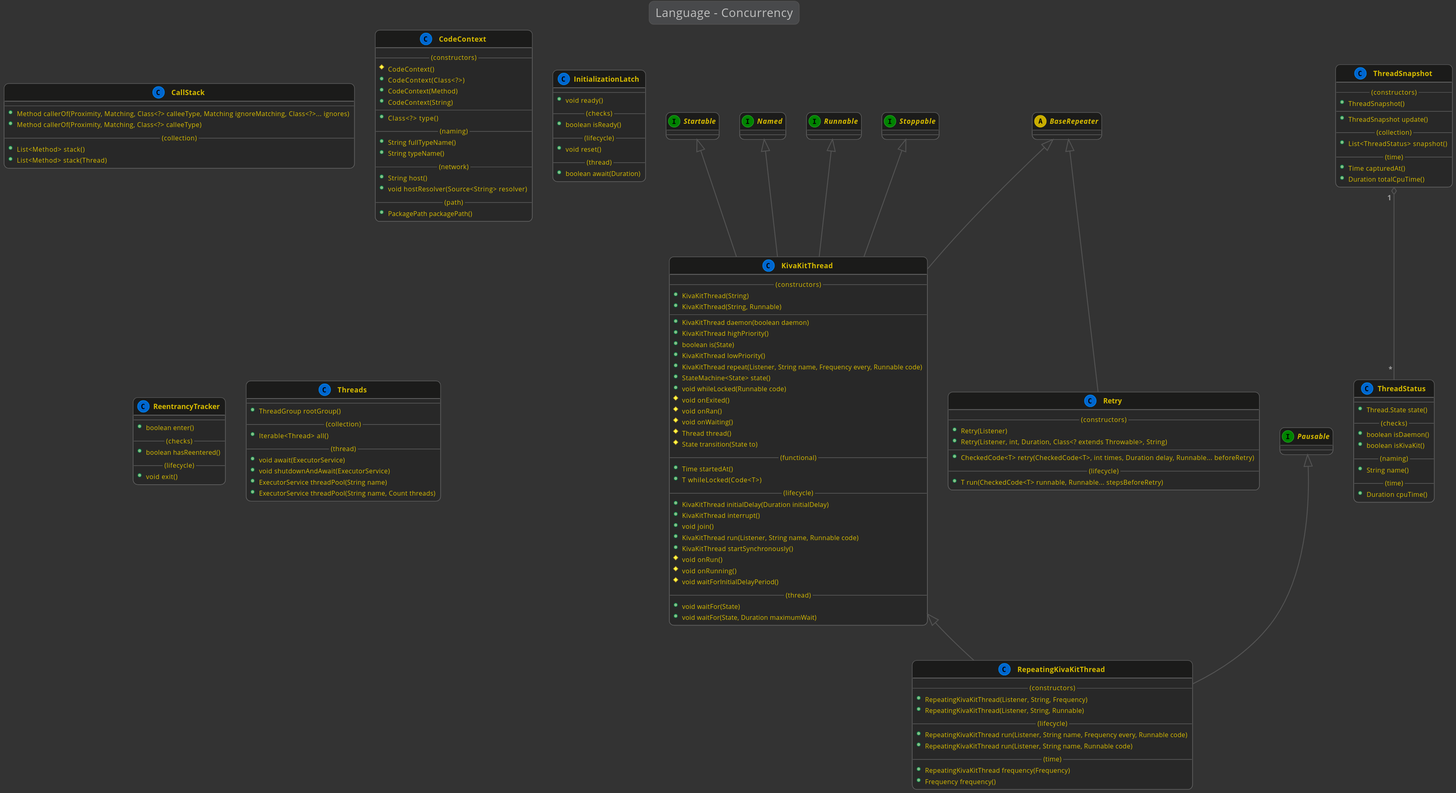
Earlier version of the PlantUML export kivakit-core/kernel/documentation/diagrams/diagram-language-thread.svg (Telenav/kivakit).
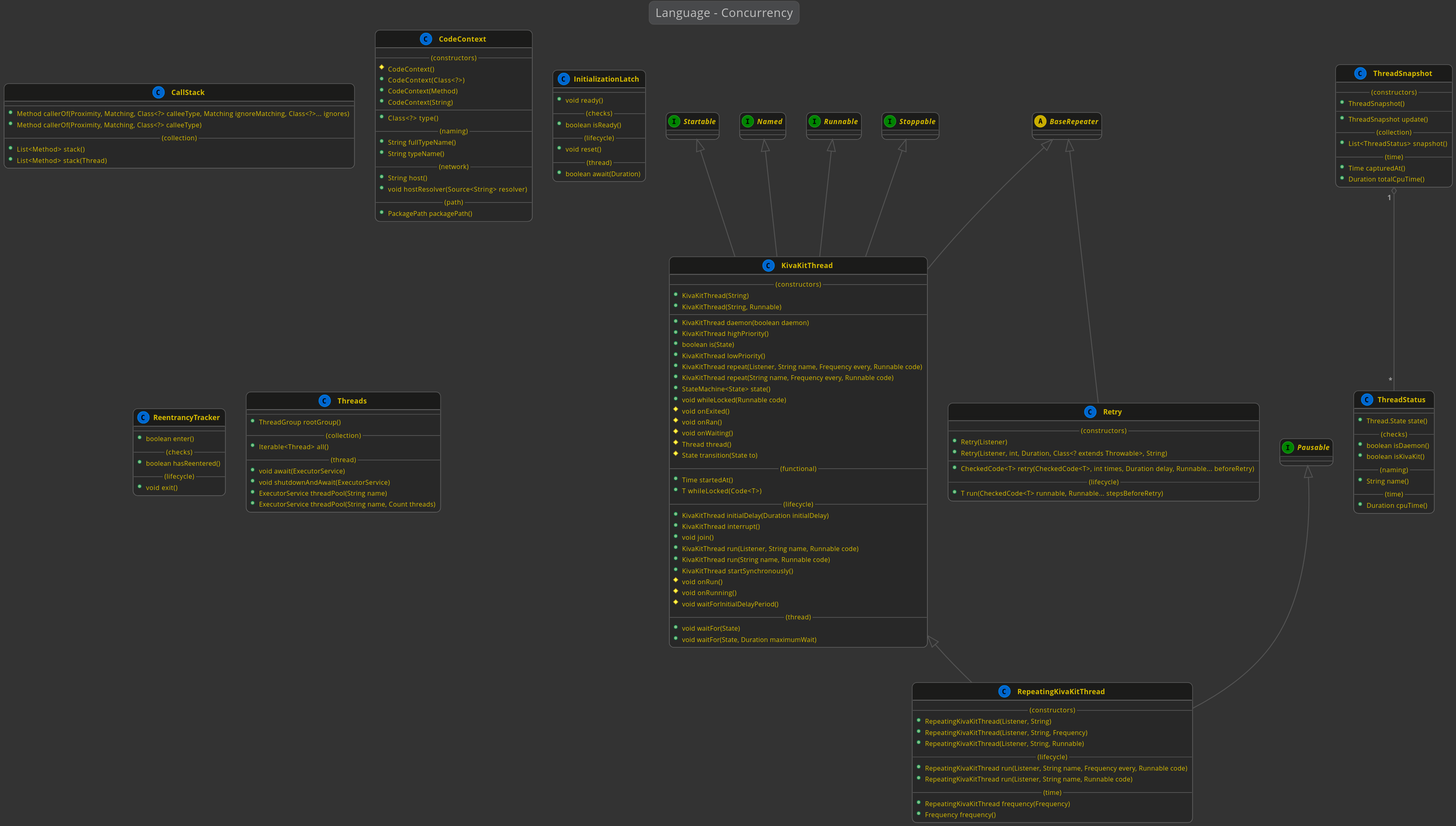
The same file after the commit.

What changed in the source:
```diff
@@ -69,6 +69,7 @@
         +boolean is(State)
         +KivaKitThread lowPriority()
         +KivaKitThread repeat(Listener, String name, Frequency every, Runnable code)
+        +KivaKitThread repeat(String name, Frequency every, Runnable code)
         +StateMachine<State> state()
         +void whileLocked(Runnable code)
         #void onExited()
@@ -84,6 +85,7 @@
         +KivaKitThread interrupt()
         +void join()
         +KivaKitThread run(Listener, String name, Runnable code)
+        +KivaKitThread run(String name, Runnable code)
         +KivaKitThread startSynchronously()
         #void onRun()
         #void onRunning()
@@ -108,6 +110,7 @@
     class RepeatingKivaKitThread
     {
         --(constructors)--
+        +RepeatingKivaKitThread(Listener, String)
         +RepeatingKivaKitThread(Listener, String, Frequency)
         +RepeatingKivaKitThread(Listener, String, Runnable)
         --(lifecycle)--
```
